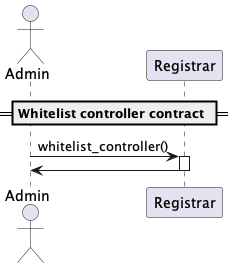
The PlantUML diagram docs/sequence-diagrams/puml/whitelist-controller.png in make-software/cspr-name-contracts, before a commit.
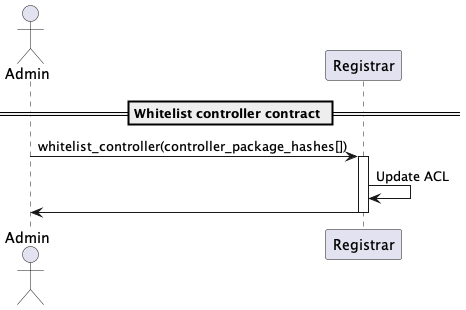
After the change.

The edit, as a diff of the source:
```diff
@@ -5,8 +5,9 @@
 
 == Whitelist controller contract ==
 
-Admin -> "Registrar": whitelist_controller()
+Admin -> "Registrar": whitelist_controller(controller_package_hashes[])
 activate "Registrar"
+"Registrar" -> "Registrar": Update ACL
 "Registrar" -> Admin
 deactivate "Registrar"
 
```
